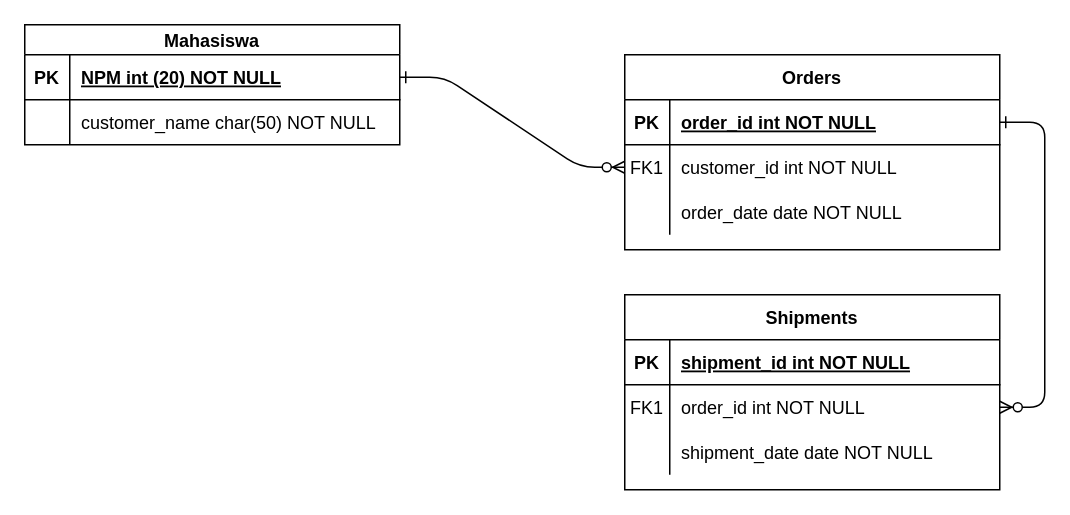
athazayyan/athazayyan keeps this draw.io diagram as Untitled Diagram.drawio. Above is the earlier version. Source tidied: cells renumbered, new cells numbered last; positions are measured from the earlier drawing's top-left corner, leaving out a move shared by most shapes. Both pictures are drawn from the tidied source at 150%, with x=0, y=0 at pixel (24, 24).
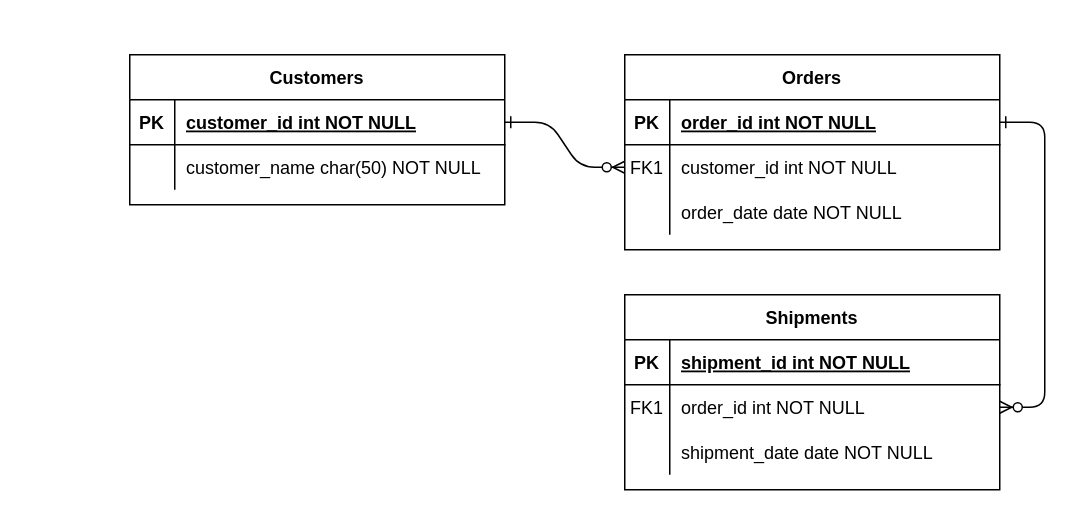
The same diagram, later.

Commit message:
tugas basdat1

The edit, as a diff of the source:
```diff
@@
-    <mxCell id="24" value="Mahasiswa" style="shape=table;startSize=20;childLayout=tableLayout;rowLines=0;fontStyle=1;align=center;" parent="1" vertex="1">
-      <mxGeometry width="250" height="80" as="geometry" />
+    <mxCell id="24" value="Customers" style="shape=table;startSize=30;childLayout=tableLayout;rowLines=0;fontStyle=1;align=center;" parent="1" vertex="1">
+      <mxGeometry x="70" y="20" width="250" height="100" as="geometry" />
     </mxCell>
     <mxCell id="25" style="shape=partialRectangle;fillColor=none;points=[[0,0.5],[1,0.5]];portConstraint=eastwest;top=0;left=0;right=0;bottom=1;" parent="24" vertex="1">
-      <mxGeometry y="20" width="250" height="30" as="geometry" />
+      <mxGeometry y="30" width="250" height="30" as="geometry" />
     </mxCell>
@@
-    <mxCell id="27" value="NPM int (20) NOT NULL " style="shape=partialRectangle;overflow=hidden;fillColor=none;top=0;left=0;bottom=0;right=0;align=left;spacingLeft=6;fontStyle=5;" parent="25" vertex="1">
+    <mxCell id="27" value="customer_id int NOT NULL " style="shape=partialRectangle;overflow=hidden;fillColor=none;top=0;left=0;bottom=0;right=0;align=left;spacingLeft=6;fontStyle=5;" parent="25" vertex="1">
       <mxGeometry x="30" width="220" height="30" as="geometry" />
     </mxCell>
     <mxCell id="28" style="shape=partialRectangle;fillColor=none;top=0;left=0;right=0;bottom=0;" parent="24" vertex="1">
-      <mxGeometry y="50" width="250" height="30" as="geometry" />
+      <mxGeometry y="60" width="250" height="30" as="geometry" />
     </mxCell>
```
